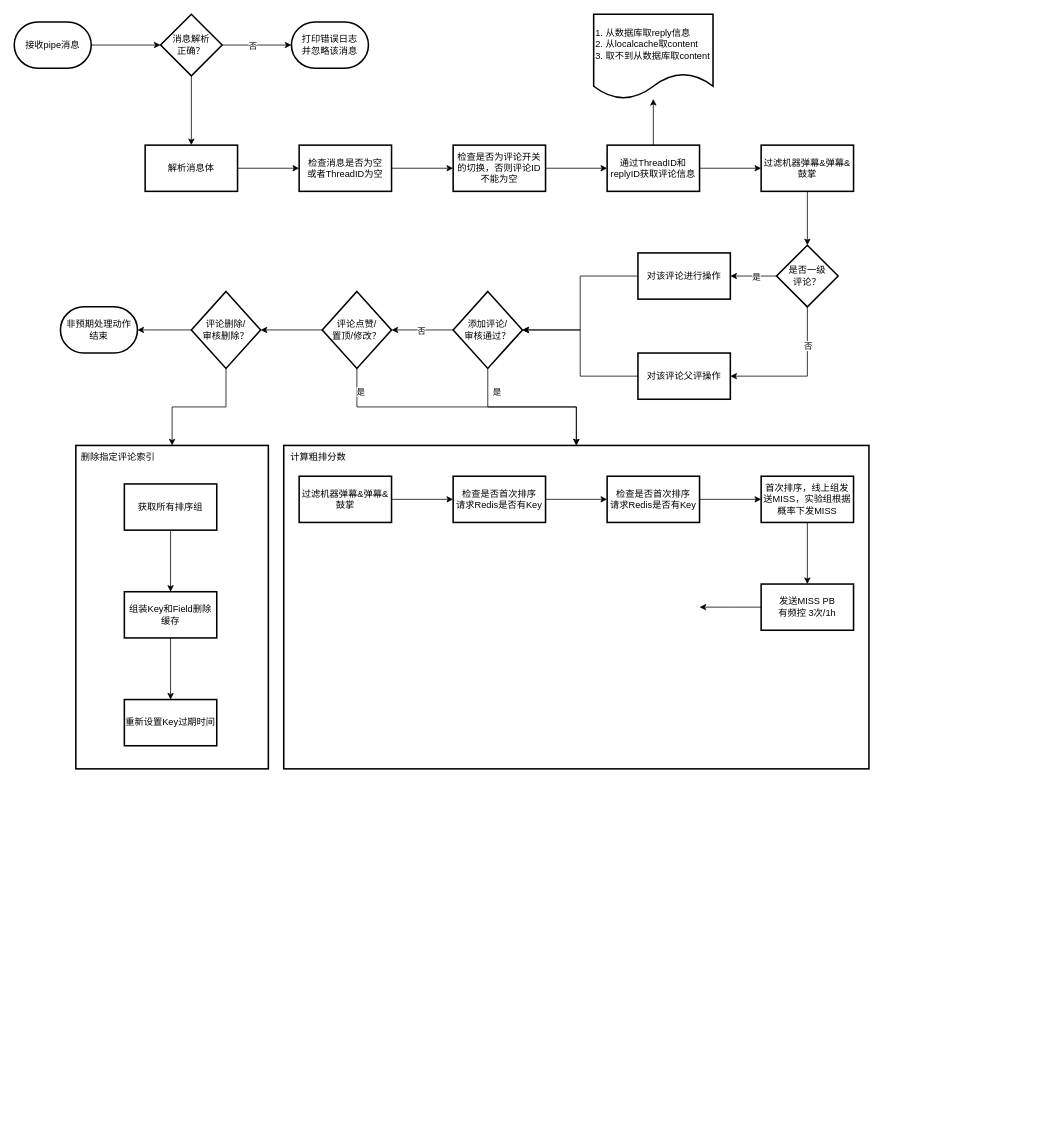
The draw.io diagram Comment/评论粗排_流程图.drawio in Mrssqin/draw, before the edit. Source tidied: cells renumbered, new cells numbered last; positions are measured from the earlier drawing's top-left corner, leaving out a move shared by most shapes. Both pictures are drawn from the tidied source at 77%, with x=0, y=0 at pixel (14, 14).
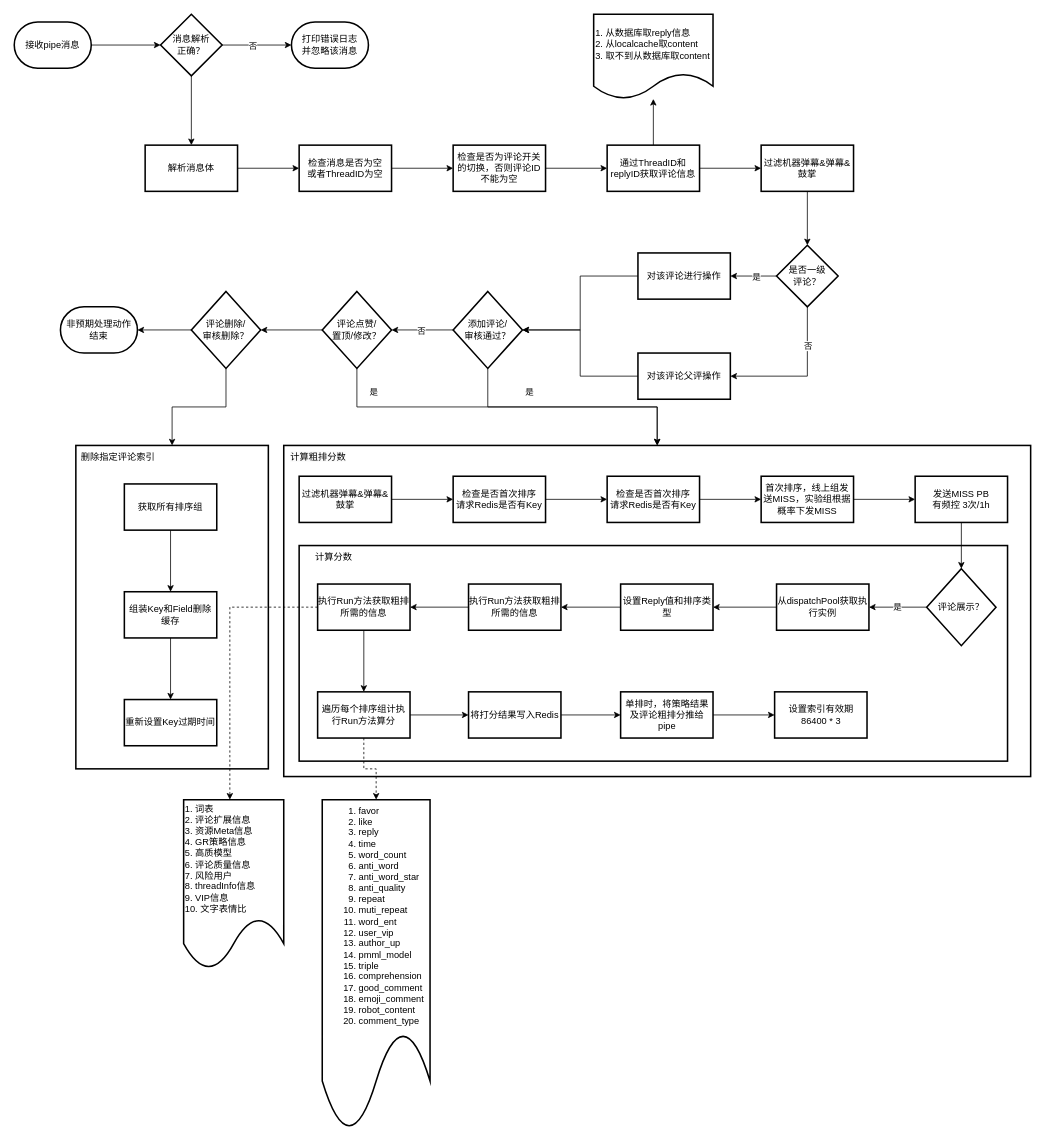
After the change.

Commit message:
更新评论粗排_流程图.drawio

Diff of the diagram source:
```diff
@@
     <mxCell id="35" style="whiteSpace=wrap;html=1;strokeWidth=2;" parent="1" vertex="1">
-      <mxGeometry x="350" y="560" width="760" height="420" as="geometry" />
+      <mxGeometry x="350" y="560" width="970" height="430" as="geometry" />
     </mxCell>
@@
-    <mxCell id="60" style="edgeStyle=orthogonalEdgeStyle;rounded=0;jettySize=auto;html=1;" parent="1" edge="1" source="61">
-      <mxGeometry relative="1" as="geometry">
-        <mxPoint x="890" y="770" as="targetPoint" />
-      </mxGeometry>
-    </mxCell>
+    <mxCell id="62" style="whiteSpace=wrap;html=1;strokeWidth=2;" parent="1" vertex="1">
+      <mxGeometry x="370" y="690" width="920" height="280" as="geometry" />
+    </mxCell>
     <mxCell id="61" value="发送MISS PB&lt;div&gt;有频控 3次/1h&lt;/div&gt;" style="whiteSpace=wrap;html=1;strokeWidth=2;" parent="1" vertex="1">
-      <mxGeometry x="970" y="740" width="120" height="60" as="geometry" />
+      <mxGeometry x="1170" y="600" width="120" height="60" as="geometry" />
     </mxCell>
+    <mxCell id="63" value="计算分数" style="text;html=1;align=center;verticalAlign=middle;whiteSpace=wrap;rounded=0;" parent="1" vertex="1">
+      <mxGeometry x="370" y="690" width="90" height="30" as="geometry" />
+    </mxCell>
+    <mxCell id="64" value="是" style="edgeStyle=orthogonalEdgeStyle;rounded=0;jettySize=auto;html=1;" parent="1" edge="1" source="65" target="68">
+      <mxGeometry relative="1" as="geometry" />
+    </mxCell>
+    <mxCell id="65" value="评论展示？" style="rhombus;whiteSpace=wrap;html=1;strokeWidth=2;" parent="1" vertex="1">
+      <mxGeometry x="1185" y="720" width="90" height="100" as="geometry" />
+    </mxCell>
+    <mxCell id="66" style="edgeStyle=orthogonalEdgeStyle;rounded=0;jettySize=auto;html=1;" parent="1" edge="1" source="61" target="65">
+      <mxGeometry relative="1" as="geometry" />
+    </mxCell>
+    <mxCell id="67" style="edgeStyle=orthogonalEdgeStyle;rounded=0;jettySize=auto;html=1;" parent="1" edge="1" source="68" target="70">
+      <mxGeometry relative="1" as="geometry" />
+    </mxCell>
+    <mxCell id="68" value="从dispatchPool获取执行实例" style="whiteSpace=wrap;html=1;strokeWidth=2;" parent="1" vertex="1">
+      <mxGeometry x="990" y="740" width="120" height="60" as="geometry" />
+    </mxCell>
+    <mxCell id="69" style="edgeStyle=orthogonalEdgeStyle;rounded=0;jettySize=auto;html=1;" parent="1" edge="1" source="70" target="72">
+      <mxGeometry relative="1" as="geometry" />
+    </mxCell>
+    <mxCell id="70" value="设置Reply值和排序类型" style="whiteSpace=wrap;html=1;strokeWidth=2;" parent="1" vertex="1">
+      <mxGeometry x="787.5" y="740" width="120" height="60" as="geometry" />
+    </mxCell>
+    <mxCell id="71" style="edgeStyle=orthogonalEdgeStyle;rounded=0;jettySize=auto;html=1;" parent="1" edge="1" source="72" target="75">
+      <mxGeometry relative="1" as="geometry" />
+    </mxCell>
+    <mxCell id="72" value="执行Run方法获取粗排所需的信息" style="whiteSpace=wrap;html=1;strokeWidth=2;" parent="1" vertex="1">
+      <mxGeometry x="590" y="740" width="120" height="60" as="geometry" />
+    </mxCell>
+    <mxCell id="73" style="edgeStyle=orthogonalEdgeStyle;rounded=0;jettySize=auto;html=1;" parent="1" edge="1" source="75" target="78">
+      <mxGeometry relative="1" as="geometry" />
+    </mxCell>
+    <mxCell id="74" style="edgeStyle=orthogonalEdgeStyle;rounded=0;jettySize=auto;html=1;dashed=1;" parent="1" edge="1" source="75" target="84">
+      <mxGeometry relative="1" as="geometry">
+        <Array as="points">
+          <mxPoint x="280" y="770" />
+        </Array>
+      </mxGeometry>
+    </mxCell>
+    <mxCell id="75" value="执行Run方法获取粗排所需的信息" style="whiteSpace=wrap;html=1;strokeWidth=2;" parent="1" vertex="1">
+      <mxGeometry x="394" y="740" width="120" height="60" as="geometry" />
+    </mxCell>
+    <mxCell id="76" style="edgeStyle=orthogonalEdgeStyle;rounded=0;jettySize=auto;html=1;" parent="1" edge="1" source="78" target="80">
+      <mxGeometry relative="1" as="geometry" />
+    </mxCell>
+    <mxCell id="77" style="edgeStyle=orthogonalEdgeStyle;rounded=0;jettySize=auto;html=1;dashed=1;" parent="1" edge="1" source="78" target="85">
+      <mxGeometry relative="1" as="geometry" />
+    </mxCell>
+    <mxCell id="78" value="遍历每个排序组计执行Run方法算分" style="whiteSpace=wrap;html=1;strokeWidth=2;" parent="1" vertex="1">
+      <mxGeometry x="394" y="880" width="120" height="60" as="geometry" />
+    </mxCell>
+    <mxCell id="79" style="edgeStyle=orthogonalEdgeStyle;rounded=0;jettySize=auto;html=1;" parent="1" edge="1" source="80" target="82">
+      <mxGeometry relative="1" as="geometry" />
+    </mxCell>
+    <mxCell id="80" value="将打分结果写入Redis" style="whiteSpace=wrap;html=1;strokeWidth=2;" parent="1" vertex="1">
+      <mxGeometry x="590" y="880" width="120" height="60" as="geometry" />
+    </mxCell>
+    <mxCell id="81" style="edgeStyle=orthogonalEdgeStyle;rounded=0;jettySize=auto;html=1;" parent="1" edge="1" source="82" target="83">
+      <mxGeometry relative="1" as="geometry" />
+    </mxCell>
+    <mxCell id="82" value="单排时，将策略结果及评论粗排分推给 pipe" style="whiteSpace=wrap;html=1;strokeWidth=2;" parent="1" vertex="1">
+      <mxGeometry x="787.5" y="880" width="120" height="60" as="geometry" />
+    </mxCell>
+    <mxCell id="83" value="设置索引有效期&lt;div&gt;86400 * 3&lt;br&gt;&lt;/div&gt;" style="whiteSpace=wrap;html=1;strokeWidth=2;" parent="1" vertex="1">
+      <mxGeometry x="987.5" y="880" width="120" height="60" as="geometry" />
+    </mxCell>
+    <mxCell id="84" value="1. 词表&lt;div&gt;2. 评论扩展信息&lt;/div&gt;&lt;div&gt;3. 资源Meta信息&lt;/div&gt;&lt;div&gt;4. GR策略信息&lt;/div&gt;&lt;div&gt;5.&amp;nbsp;高质模型&lt;/div&gt;&lt;div&gt;6. 评论质量信息&lt;/div&gt;&lt;div&gt;7. 风险用户&lt;/div&gt;&lt;div&gt;8. threadInfo信息&lt;/div&gt;&lt;div&gt;9. VIP信息&lt;/div&gt;&lt;div&gt;10. 文字表情比&lt;/div&gt;" style="shape=document;whiteSpace=wrap;html=1;boundedLbl=1;strokeWidth=2;align=left;" parent="1" vertex="1">
+      <mxGeometry x="220" y="1020" width="130" height="220" as="geometry" />
+    </mxCell>
+    <mxCell id="85" value="&lt;ol start=&quot;1&quot; type=&quot;1&quot; class=&quot;mp-ordered-list&quot;&gt;&lt;li class=&quot;mp-list-item&quot;&gt;&lt;div style=&quot;text-align: left;&quot; class=&quot;mp-list-item-child&quot;&gt;&lt;span&gt;favor&lt;/span&gt;&lt;/div&gt;&lt;/li&gt;&lt;li class=&quot;mp-list-item&quot;&gt;&lt;div style=&quot;text-align: left;&quot; class=&quot;mp-list-item-child&quot;&gt;&lt;span&gt;like&lt;/span&gt;&lt;/div&gt;&lt;/li&gt;&lt;li class=&quot;mp-list-item&quot;&gt;&lt;div style=&quot;text-align: left;&quot; class=&quot;mp-list-item-child&quot;&gt;&lt;span&gt;reply&lt;/span&gt;&lt;/div&gt;&lt;/li&gt;&lt;li class=&quot;mp-list-item&quot;&gt;&lt;div style=&quot;text-align: left;&quot; class=&quot;mp-list-item-child&quot;&gt;&lt;span&gt;time&lt;/span&gt;&lt;/div&gt;&lt;/li&gt;&lt;li class=&quot;mp-list-item&quot;&gt;&lt;div style=&quot;text-align: left;&quot; class=&quot;mp-list-item-child&quot;&gt;&lt;span&gt;word_count&lt;/span&gt;&lt;/div&gt;&lt;/li&gt;&lt;li class=&quot;mp-list-item&quot;&gt;&lt;div style=&quot;text-align: left;&quot; class=&quot;mp-list-item-child&quot;&gt;&lt;span&gt;anti_word&lt;/span&gt;&lt;/div&gt;&lt;/li&gt;&lt;li class=&quot;mp-list-item&quot;&gt;&lt;div style=&quot;text-align: left;&quot; class=&quot;mp-list-item-child&quot;&gt;&lt;span&gt;anti_word_star&lt;/span&gt;&lt;/div&gt;&lt;/li&gt;&lt;li class=&quot;mp-list-item&quot;&gt;&lt;div style=&quot;text-align: left;&quot; class=&quot;mp-list-item-child&quot;&gt;&lt;span&gt;anti_quality&lt;/span&gt;&lt;/div&gt;&lt;/li&gt;&lt;li class=&quot;mp-list-item&quot;&gt;&lt;div style=&quot;text-align: left;&quot; class=&quot;mp-list-item-child&quot;&gt;&lt;span&gt;repeat&lt;/span&gt;&lt;/div&gt;&lt;/li&gt;&lt;li class=&quot;mp-list-item&quot;&gt;&lt;div style=&quot;text-align: left;&quot; class=&quot;mp-list-item-child&quot;&gt;&lt;span&gt;muti_repeat&lt;/span&gt;&lt;/div&gt;&lt;/li&gt;&lt;li class=&quot;mp-list-item&quot;&gt;&lt;div style=&quot;text-align: left;&quot; class=&quot;mp-list-item-child&quot;&gt;&lt;span&gt;word_ent&lt;/span&gt;&lt;/div&gt;&lt;/li&gt;&lt;li class=&quot;mp-list-item&quot;&gt;&lt;div style=&quot;text-align: left;&quot; class=&quot;mp-list-item-child&quot;&gt;&lt;span&gt;user_vip&lt;/span&gt;&lt;/div&gt;&lt;/li&gt;&lt;li class=&quot;mp-list-item&quot;&gt;&lt;div style=&quot;text-align: left;&quot; class=&quot;mp-list-item-child&quot;&gt;&lt;span&gt;author_up&lt;/span&gt;&lt;/div&gt;&lt;/li&gt;&lt;li class=&quot;mp-list-item&quot;&gt;&lt;div style=&quot;text-align: left;&quot; class=&quot;mp-list-item-child&quot;&gt;&lt;span&gt;pmml_model&lt;/span&gt;&lt;/div&gt;&lt;/li&gt;&lt;li class=&quot;mp-list-item&quot;&gt;&lt;div style=&quot;text-align: left;&quot; class=&quot;mp-list-item-child&quot;&gt;&lt;span&gt;triple&lt;/span&gt;&lt;/div&gt;&lt;/li&gt;&lt;li class=&quot;mp-list-item&quot;&gt;&lt;div style=&quot;text-align: left;&quot; class=&quot;mp-list-item-child&quot;&gt;&lt;span&gt;comprehension&lt;/span&gt;&lt;/div&gt;&lt;/li&gt;&lt;li class=&quot;mp-list-item&quot;&gt;&lt;div style=&quot;text-align: left;&quot; class=&quot;mp-list-item-child&quot;&gt;&lt;span&gt;good_comment&lt;/span&gt;&lt;/div&gt;&lt;/li&gt;&lt;li class=&quot;mp-list-item&quot;&gt;&lt;div style=&quot;text-align: left;&quot; class=&quot;mp-list-item-child&quot;&gt;&lt;span&gt;emoji_comment&lt;/span&gt;&lt;/div&gt;&lt;/li&gt;&lt;li class=&quot;mp-list-item&quot;&gt;&lt;div style=&quot;text-align: left;&quot; class=&quot;mp-list-item-child&quot;&gt;&lt;span&gt;robot_content&lt;/span&gt;&lt;/div&gt;&lt;/li&gt;&lt;li class=&quot;mp-list-item&quot;&gt;&lt;div style=&quot;text-align: left;&quot; class=&quot;mp-list-item-child&quot;&gt;&lt;span&gt;comment_type&lt;/span&gt;&lt;/div&gt;&lt;/li&gt;&lt;/ol&gt;&lt;span class=&quot;mp-morpho-clipboard-doc-data&quot; data-morpho-doc-data=&quot;{&amp;quot;token&amp;quot;:&amp;quot;eyJhbGciOiJkaXIiLCJlbmMiOiJBMjU2R0NNIiwiYXBwSWQiOjEsInVpZCI6Ik9UTGszSzE0MUIiLCJkb2NJZCI6InRfTVdPQTlKNkIwb0NxIn0..cWW_OyNHfdUdsaOH.ENmodQ7YQ_hwahvo73wdLzpLIOXmeFDSmN8mkUjrUEYqX2gj1FPCNfkjUdVltvt8ydwmB2PFvGVdygUSeMg4dxmT5VN1yjCvJt33StaO5949D-cK7QxVFHbkNUpkJt5TdMLxqpQrLRlcUj8EVlBV9QYxai4PKYWzsQCdTG2fZGquP8YkT4kEJu__YmpHvJKSmJmHYaseeGVR6VyrdmZ13nO71g.1BEHWLFtOx4-2ml9EH3XpA&amp;quot;,&amp;quot;appId&amp;quot;:&amp;quot;1&amp;quot;}&quot;&gt;&lt;/span&gt;" style="shape=document;whiteSpace=wrap;html=1;boundedLbl=1;strokeWidth=2;" parent="1" vertex="1">
+      <mxGeometry x="400" y="1020" width="140" height="430" as="geometry" />
+    </mxCell>
```
